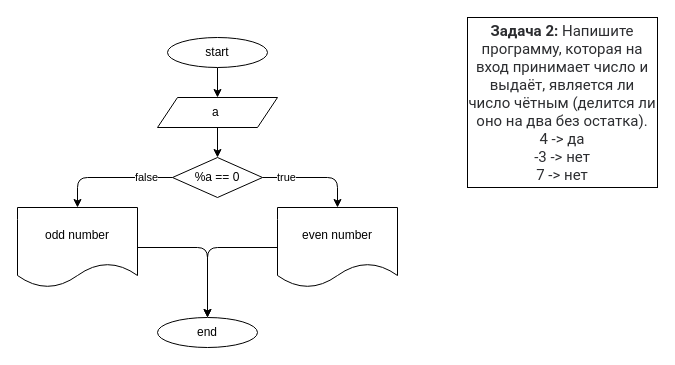
The draw.io diagram Task_2/Algori.drawio in AlexKleimon/CSharp_HomeWork, before the edit. Source tidied: cells renumbered, new cells numbered last; positions are measured from the earlier drawing's top-left corner, leaving out a move shared by most shapes. Both pictures are drawn from the tidied source at 100%, with x=0, y=0 at pixel (17, 17).
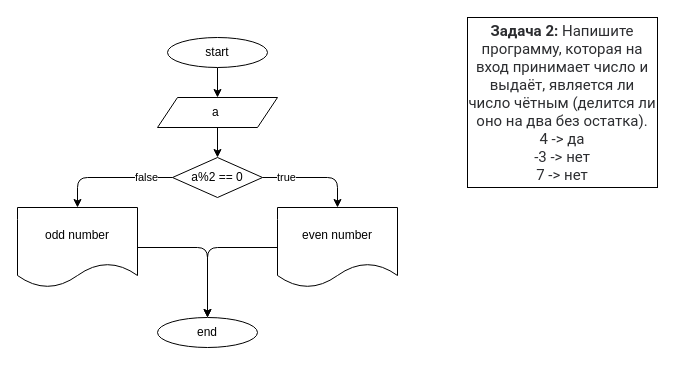
After the change.

Commit message (it also covers changes not shown here):
Added corrections to files:Task_1/Algor.drawio and Task_2/Algori.drawio. Added algorithm task 3

What changed in the source:
```diff
@@
-    <mxCell id="11" value="%a == 0" style="rhombus;whiteSpace=wrap;html=1;" parent="1" vertex="1">
+    <mxCell id="11" value="a%2 == 0" style="rhombus;whiteSpace=wrap;html=1;" parent="1" vertex="1">
       <mxGeometry x="155" y="140" width="90" height="40" as="geometry" />
     </mxCell>
```
